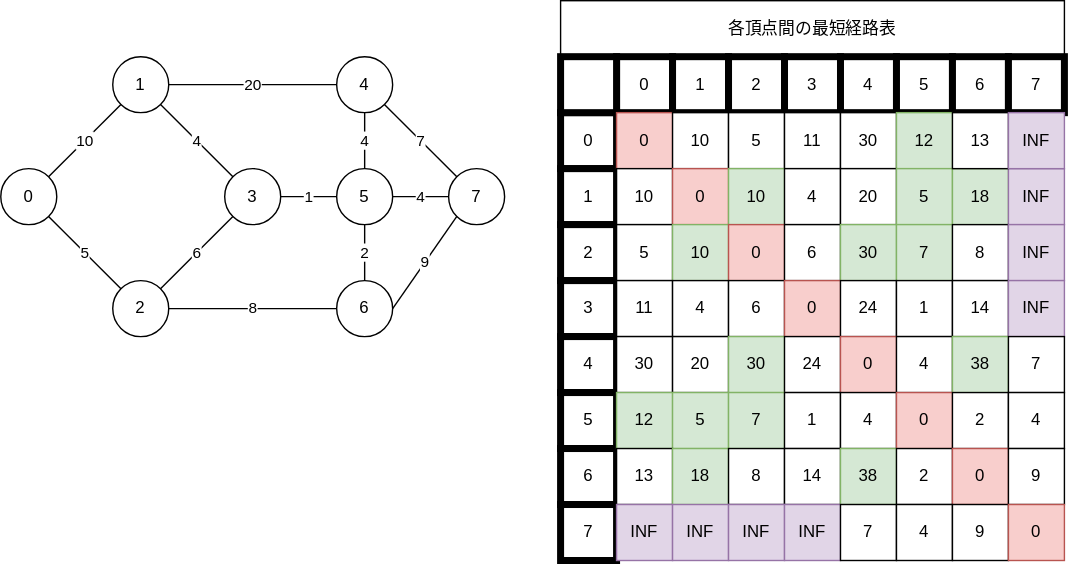
koseki2580/study-docs keeps this draw.io diagram as static/img/svg/Algorithm/warshall-floyd/warshall-floyd-7.drawio.svg. Above is the earlier version. Source tidied: cells renumbered, new cells last; positions are measured from the earlier drawing's top-left corner, leaving out a move shared by most shapes.
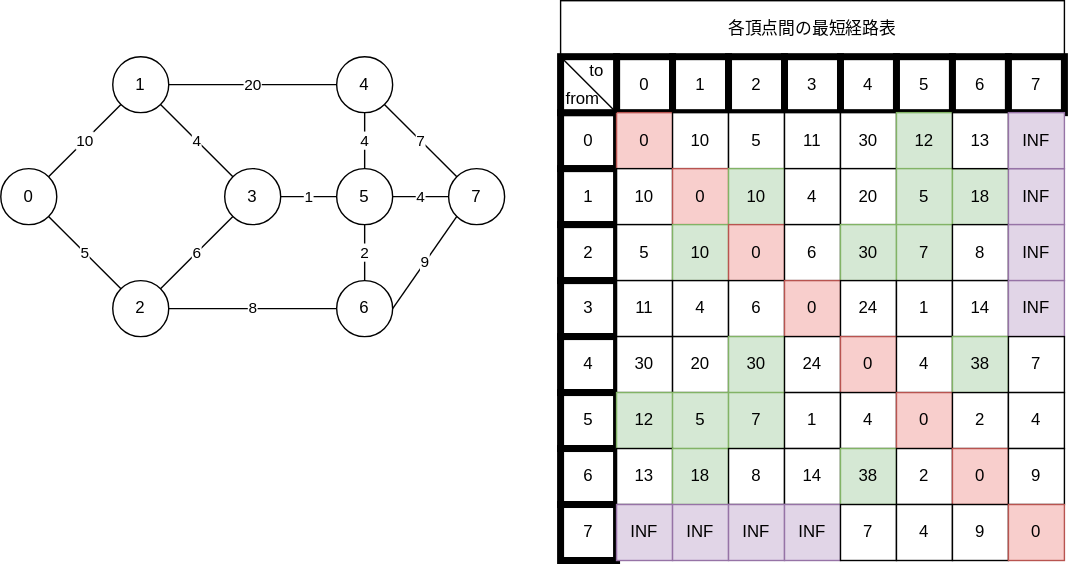
After the commit.

What changed in the source:
```diff
@@ -308,5 +308,17 @@
     <mxCell id="103" value="&lt;meta charset=&quot;utf-8&quot;&gt;&lt;span style=&quot;color: rgb(0, 0, 0); font-family: helvetica; font-size: 12px; font-style: normal; font-weight: 400; letter-spacing: normal; text-align: center; text-indent: 0px; text-transform: none; word-spacing: 0px; display: inline; float: none;&quot;&gt;INF&lt;/span&gt;" style="rounded=0;whiteSpace=wrap;html=1;fillColor=#e1d5e7;strokeColor=#9673a6;labelBackgroundColor=none;" parent="1" vertex="1">
       <mxGeometry x="720" y="80" width="40" height="40" as="geometry" />
     </mxCell>
+    <mxCell id="104" style="endArrow=none;html=1;entryX=0;entryY=0;entryDx=0;entryDy=0;exitX=1;exitY=1;exitDx=0;exitDy=0;" parent="1" edge="1">
+      <mxGeometry relative="1" as="geometry">
+        <mxPoint x="440" y="80" as="sourcePoint" />
+        <mxPoint x="400" y="40" as="targetPoint" />
+      </mxGeometry>
+    </mxCell>
+    <mxCell id="105" value="from" style="text;html=1;strokeColor=none;fillColor=none;align=center;verticalAlign=middle;whiteSpace=wrap;rounded=0;" parent="1" vertex="1">
+      <mxGeometry x="396" y="60" width="40" height="20" as="geometry" />
+    </mxCell>
+    <mxCell id="106" value="to" style="text;html=1;strokeColor=none;fillColor=none;align=center;verticalAlign=middle;whiteSpace=wrap;rounded=0;" parent="1" vertex="1">
+      <mxGeometry x="406" y="40" width="40" height="20" as="geometry" />
+    </mxCell>
   </root>
 </mxGraphModel>
```
